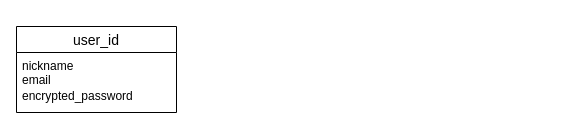
Above: test.dio in yukiukisato/original (draw.io), before the change. Source tidied: cells renumbered, new cells numbered last; positions are measured from the earlier drawing's top-left corner, leaving out a move shared by most shapes. Both pictures are drawn from the tidied source at 100%, with x=0, y=0 at pixel (16, 26).
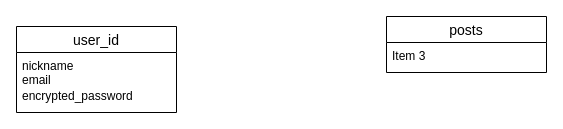
The same diagram, later.

Change to the diagram source:
```diff
@@
 <mxGraphModel>
   <root>
     <mxCell id="0" />
     <mxCell id="1" parent="0" />
     <mxCell id="2" value="user_id" style="swimlane;fontStyle=0;horizontal=1;startSize=26;align=center;fontSize=14;" parent="1" vertex="1">
       <mxGeometry width="160" height="86" as="geometry" />
     </mxCell>
     <mxCell id="3" value="nickname&#10;email" style="text;strokeColor=none;fillColor=none;spacingLeft=4;spacingRight=4;overflow=hidden;fontSize=12;" parent="2" vertex="1">
       <mxGeometry y="26" width="160" height="30" as="geometry" />
     </mxCell>
     <mxCell id="4" value="encrypted_password" style="text;strokeColor=none;fillColor=none;spacingLeft=4;spacingRight=4;overflow=hidden;fontSize=12;" parent="2" vertex="1">
       <mxGeometry y="56" width="160" height="30" as="geometry" />
     </mxCell>
+    <mxCell id="5" value="posts" style="swimlane;fontStyle=0;horizontal=1;startSize=26;align=center;fontSize=14;" parent="1" vertex="1">
+      <mxGeometry x="370" y="-10" width="160" height="56" as="geometry" />
+    </mxCell>
+    <mxCell id="6" value="Item 3" style="text;strokeColor=none;fillColor=none;spacingLeft=4;spacingRight=4;overflow=hidden;fontSize=12;" parent="5" vertex="1">
+      <mxGeometry y="26" width="160" height="30" as="geometry" />
+    </mxCell>
   </root>
 </mxGraphModel>
```
